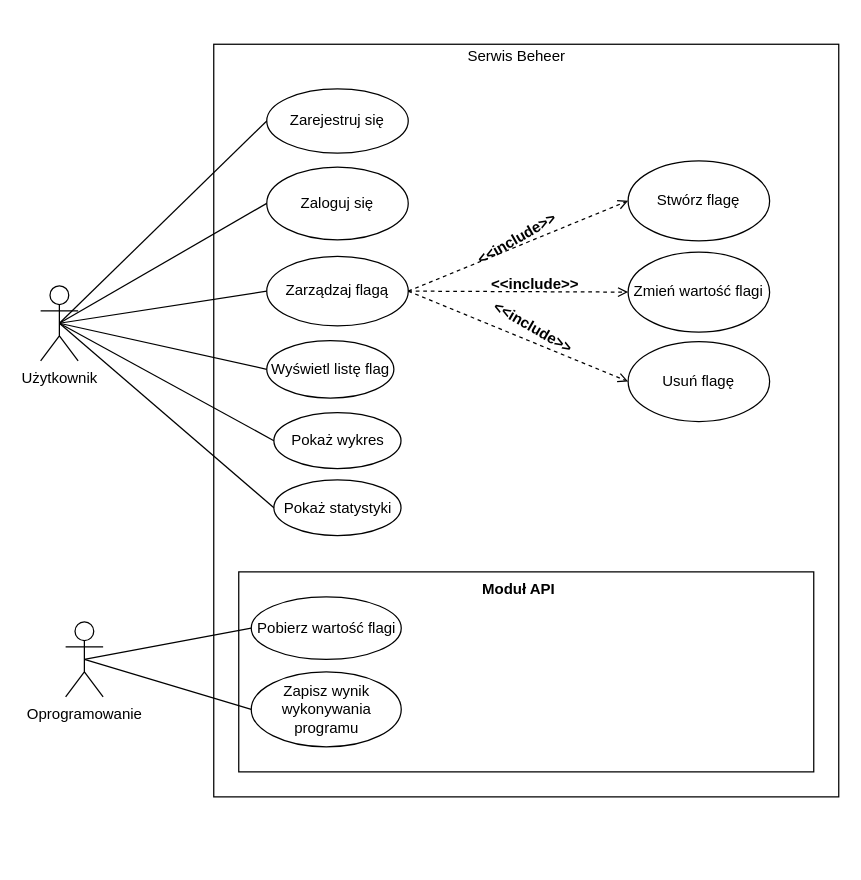
Earlier version of the draw.io diagram Praca_Inzynierska/diagrams/usecase.drawio (AdamSzr/Beheer). Source tidied: cells renumbered, new cells numbered last; positions are measured from the earlier drawing's top-left corner, leaving out a move shared by most shapes. Both pictures are drawn from the tidied source at 125%, with x=0, y=0 at pixel (40, 21).
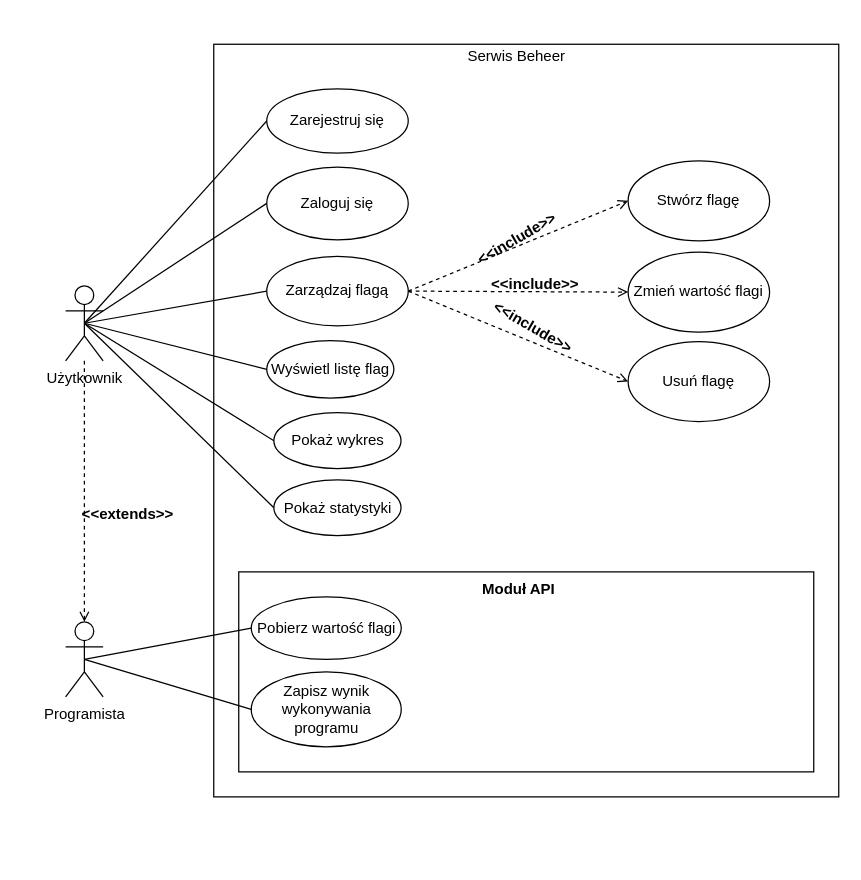
The same page after the edit.

Diff of the diagram source:
```diff
@@
     <mxCell id="40" value="Użytkownik" style="shape=umlActor;verticalLabelPosition=bottom;verticalAlign=top;html=1;outlineConnect=0;" parent="1" vertex="1">
-      <mxGeometry y="211.1" width="30" height="60" as="geometry" />
+      <mxGeometry x="20" y="211.1" width="30" height="60" as="geometry" />
     </mxCell>
@@
+    <mxCell id="44" style="edgeStyle=none;rounded=0;jettySize=auto;html=1;endArrow=open;endFill=0;strokeColor=default;strokeWidth=1;dashed=1;entryX=0.5;entryY=0;entryDx=0;entryDy=0;entryPerimeter=0;" parent="1" edge="1" source="40" target="42">
+      <mxGeometry relative="1" as="geometry" />
+    </mxCell>
-    <mxCell id="42" value="Oprogramowanie" style="shape=umlActor;verticalLabelPosition=bottom;verticalAlign=top;html=1;rounded=0;" parent="1" vertex="1">
+    <mxCell id="42" value="Programista" style="shape=umlActor;verticalLabelPosition=bottom;verticalAlign=top;html=1;rounded=0;" parent="1" vertex="1">
       <mxGeometry x="20" y="480" width="30" height="60" as="geometry" />
     </mxCell>
@@
+    <mxCell id="45" value="&lt;&lt;extends&gt;&gt;" style="text;align=center;fontStyle=1;verticalAlign=middle;spacingLeft=3;spacingRight=3;strokeColor=none;rounded=0;" parent="1" vertex="1">
+      <mxGeometry x="30" y="380" width="80" height="26" as="geometry" />
+    </mxCell>
```
